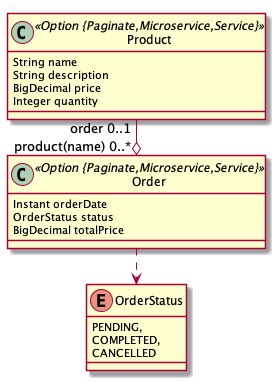
The PlantUML diagram hardware-store-simple-backend.png in grantzou/hardware-store-mono, before a commit.
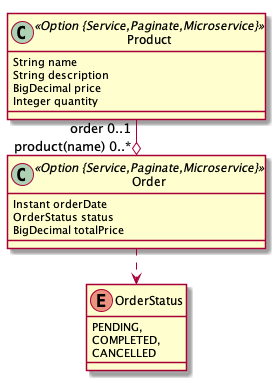
The same diagram one commit later.

What changed in the source:
```diff
@@ -1,13 +1,13 @@
 @startuml
 	!pragma layout smetana
 	!pragma syntax class
-	class Product <<Option {Paginate,Microservice,Service}>> {
+	class Product <<Option {Service,Paginate,Microservice}>> {
 		String name
 		String description
 		BigDecimal price
 		Integer quantity
 	}
-	class Order <<Option {Paginate,Microservice,Service}>> {
+	class Order <<Option {Service,Paginate,Microservice}>> {
 		Instant orderDate
 		OrderStatus status
 		BigDecimal totalPrice
```
